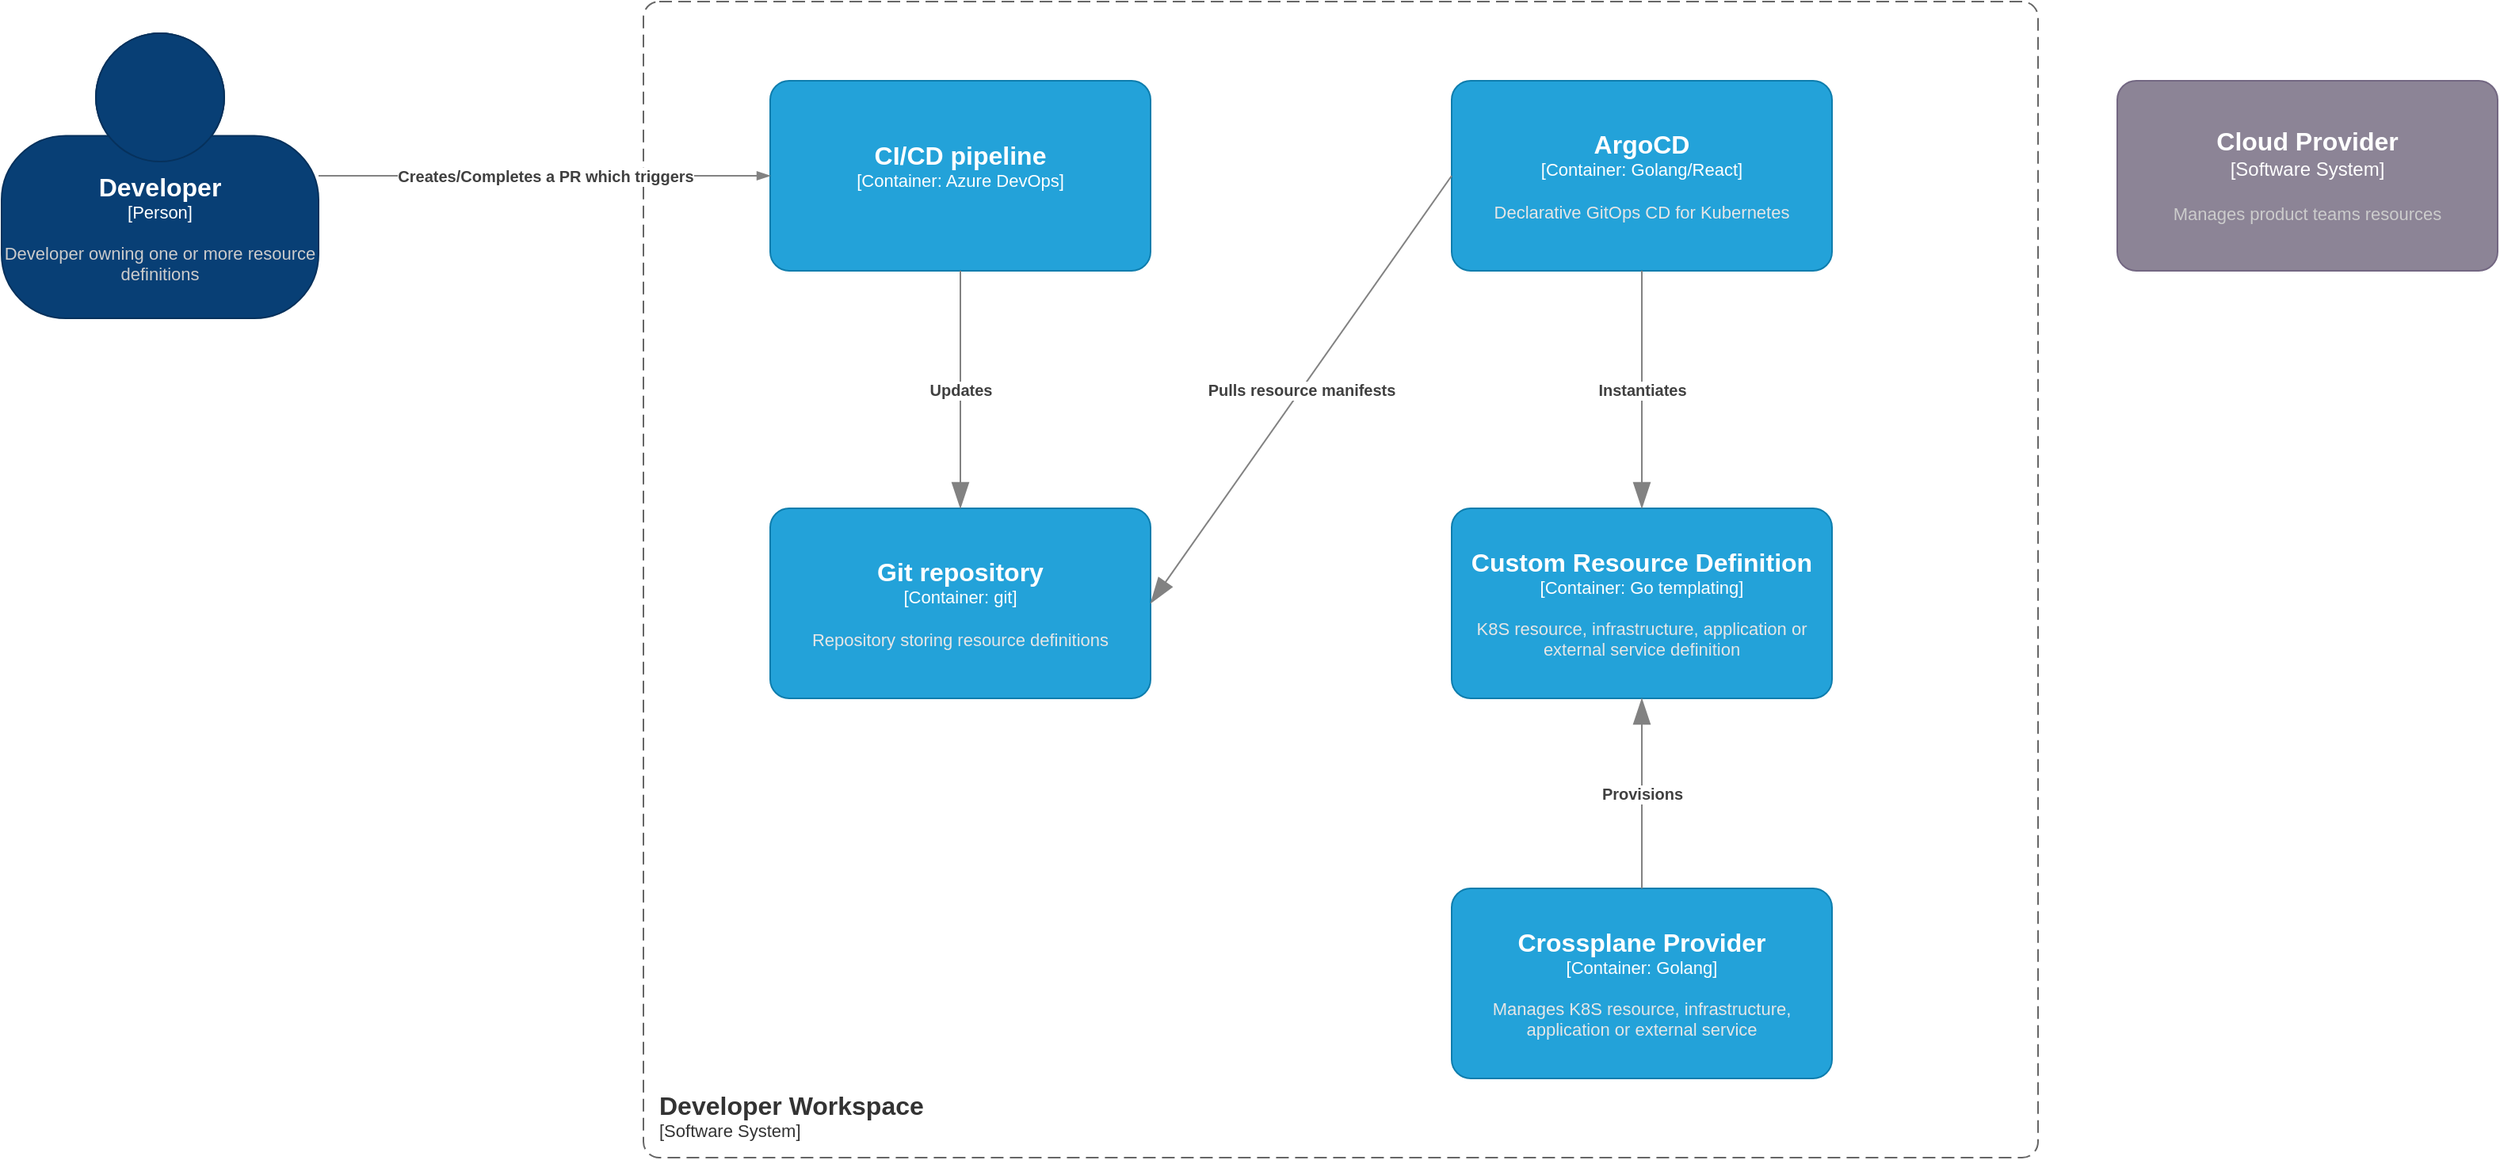
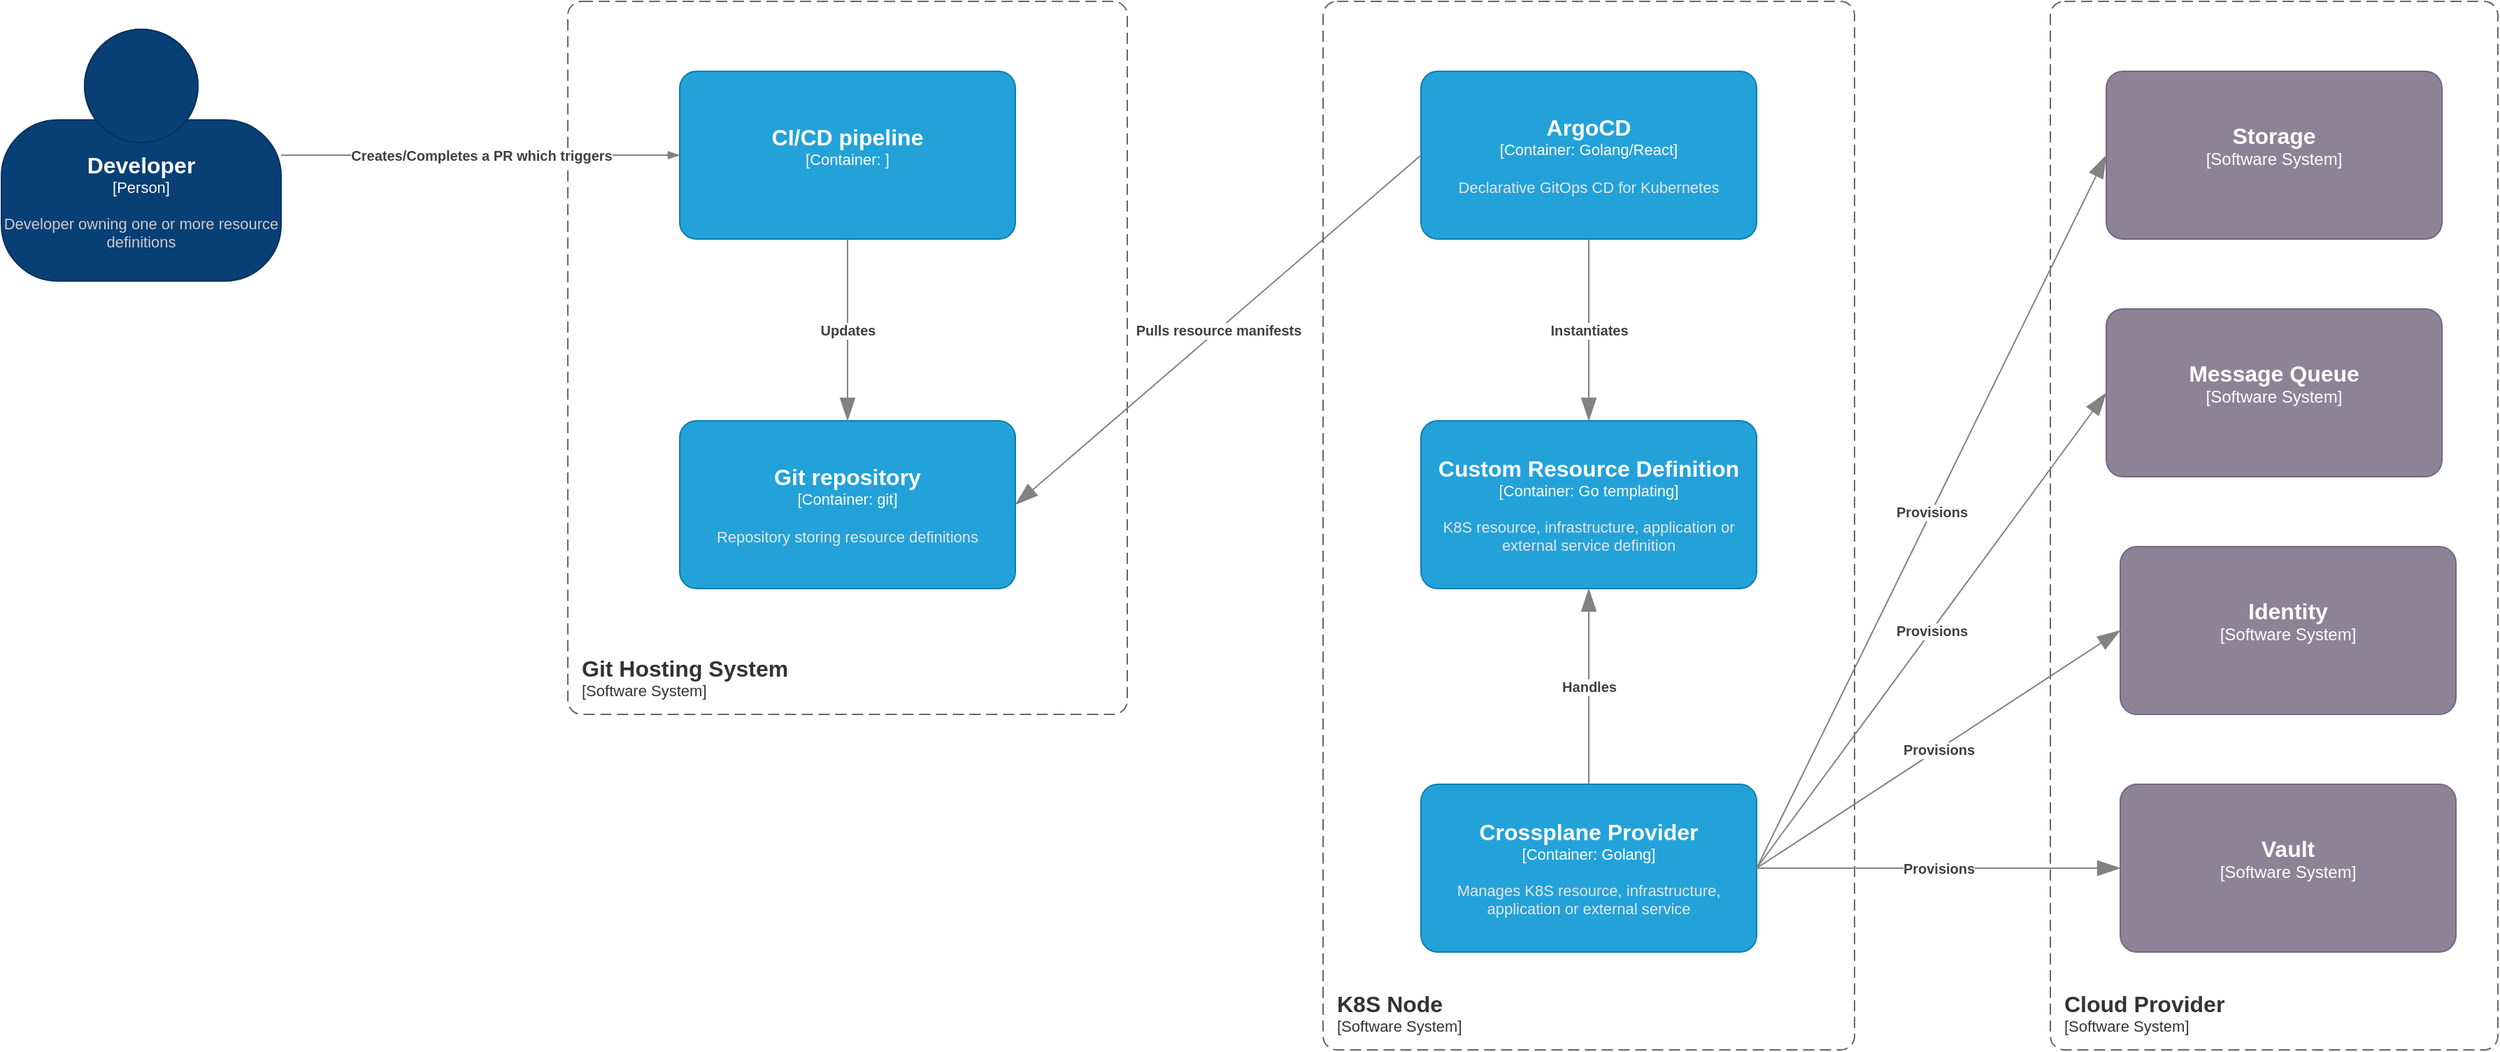
<mxfile host="app.diagrams.net" agent="Mozilla/5.0 (Windows NT 10.0; Win64; x64) AppleWebKit/537.36 (KHTML, like Gecko) Chrome/146.0.0.0 Safari/537.36 Edg/146.0.0.0" version="29.6.4">
  <diagram name="Page-1" id="w9qfS11vabEIg7SHbwGr">
    <mxGraphModel dx="1549" dy="1311" grid="1" gridSize="10" guides="1" tooltips="1" connect="1" arrows="1" fold="1" page="1" pageScale="1" pageWidth="850" pageHeight="1100" math="0" shadow="0">
      <root>
        <mxCell id="0" />
        <mxCell id="1" parent="0" />
        <object placeholders="1" c4Name="Git repository" c4Type="Container" c4Technology="git" c4Description="Repository storing resource definitions" label="&lt;font style=&quot;font-size: 16px&quot;&gt;&lt;b&gt;%c4Name%&lt;/b&gt;&lt;/font&gt;&lt;div&gt;[%c4Type%: %c4Technology%]&lt;/div&gt;&lt;br&gt;&lt;div&gt;&lt;font style=&quot;font-size: 11px&quot;&gt;&lt;font color=&quot;#E6E6E6&quot;&gt;%c4Description%&lt;/font&gt;&lt;/div&gt;" id="oWwDhSrQEdfVO0ITKPk5-18">
          <mxCell parent="1" style="rounded=1;whiteSpace=wrap;html=1;fontSize=11;labelBackgroundColor=none;fillColor=#23A2D9;fontColor=#ffffff;align=center;arcSize=10;strokeColor=#0E7DAD;metaEdit=1;resizable=0;points=[[0.25,0,0],[0.5,0,0],[0.75,0,0],[1,0.25,0],[1,0.5,0],[1,0.75,0],[0.75,1,0],[0.5,1,0],[0.25,1,0],[0,0.75,0],[0,0.5,0],[0,0.25,0]];" vertex="1">
-             <mxGeometry height="120" width="240" x="810" y="1040" as="geometry" />
+             <mxGeometry height="120" width="240" x="810" y="1020" as="geometry" />
          </mxCell>
        </object>
        <object placeholders="1" c4Name="Developer" c4Type="Person" c4Description="Developer owning one or more resource definitions" label="&lt;font style=&quot;font-size: 16px&quot;&gt;&lt;b&gt;%c4Name%&lt;/b&gt;&lt;/font&gt;&lt;div&gt;[%c4Type%]&lt;/div&gt;&lt;br&gt;&lt;div&gt;&lt;font style=&quot;font-size: 11px&quot;&gt;&lt;font color=&quot;#cccccc&quot;&gt;%c4Description%&lt;/font&gt;&lt;/div&gt;" id="oWwDhSrQEdfVO0ITKPk5-19">
          <mxCell parent="1" style="html=1;fontSize=11;dashed=0;whiteSpace=wrap;fillColor=#083F75;strokeColor=#06315C;fontColor=#ffffff;shape=mxgraph.c4.person2;align=center;metaEdit=1;points=[[0.5,0,0],[1,0.5,0],[1,0.75,0],[0.75,1,0],[0.5,1,0],[0.25,1,0],[0,0.75,0],[0,0.5,0]];resizable=0;" vertex="1">
            <mxGeometry height="180" width="200" x="325" y="740" as="geometry" />
          </mxCell>
        </object>
-         <object placeholders="1" c4Name="Developer Workspace" c4Type="SystemScopeBoundary" c4Application="Software System" label="&lt;font style=&quot;font-size: 16px&quot;&gt;&lt;b&gt;&lt;div style=&quot;text-align: left&quot;&gt;%c4Name%&lt;/div&gt;&lt;/b&gt;&lt;/font&gt;&lt;div style=&quot;text-align: left&quot;&gt;[%c4Application%]&lt;/div&gt;" id="oWwDhSrQEdfVO0ITKPk5-21">
+         <object placeholders="1" c4Name="Git Hosting System" c4Type="SystemScopeBoundary" c4Application="Software System" label="&lt;font style=&quot;font-size: 16px&quot;&gt;&lt;b&gt;&lt;div style=&quot;text-align: left&quot;&gt;%c4Name%&lt;/div&gt;&lt;/b&gt;&lt;/font&gt;&lt;div style=&quot;text-align: left&quot;&gt;[%c4Application%]&lt;/div&gt;" id="oWwDhSrQEdfVO0ITKPk5-21">
          <mxCell parent="1" style="rounded=1;fontSize=11;whiteSpace=wrap;html=1;dashed=1;arcSize=20;fillColor=none;strokeColor=#666666;fontColor=#333333;labelBackgroundColor=none;align=left;verticalAlign=bottom;labelBorderColor=none;spacingTop=0;spacing=10;dashPattern=8 4;metaEdit=1;rotatable=0;perimeter=rectanglePerimeter;noLabel=0;labelPadding=0;allowArrows=0;connectable=0;expand=0;recursiveResize=0;editable=1;pointerEvents=0;absoluteArcSize=1;points=[[0.25,0,0],[0.5,0,0],[0.75,0,0],[1,0.25,0],[1,0.5,0],[1,0.75,0],[0.75,1,0],[0.5,1,0],[0.25,1,0],[0,0.75,0],[0,0.5,0],[0,0.25,0]];" vertex="1">
-             <mxGeometry height="730" width="880" x="730" y="720" as="geometry" />
+             <mxGeometry height="510" width="400" x="730" y="720" as="geometry" />
          </mxCell>
        </object>
        <object placeholders="1" c4Name="ArgoCD" c4Type="Container" c4Technology="Golang/React" c4Description="Declarative GitOps CD for Kubernetes" label="&lt;font style=&quot;font-size: 16px&quot;&gt;&lt;b&gt;%c4Name%&lt;/b&gt;&lt;/font&gt;&lt;div&gt;[%c4Type%: %c4Technology%]&lt;/div&gt;&lt;br&gt;&lt;div&gt;&lt;font style=&quot;font-size: 11px&quot;&gt;&lt;font color=&quot;#E6E6E6&quot;&gt;%c4Description%&lt;/font&gt;&lt;/div&gt;" id="oWwDhSrQEdfVO0ITKPk5-23">
          <mxCell parent="1" style="rounded=1;whiteSpace=wrap;html=1;fontSize=11;labelBackgroundColor=none;fillColor=#23A2D9;fontColor=#ffffff;align=center;arcSize=10;strokeColor=#0E7DAD;metaEdit=1;resizable=0;points=[[0.25,0,0],[0.5,0,0],[0.75,0,0],[1,0.25,0],[1,0.5,0],[1,0.75,0],[0.75,1,0],[0.5,1,0],[0.25,1,0],[0,0.75,0],[0,0.5,0],[0,0.25,0]];" vertex="1">
-             <mxGeometry height="120" width="240" x="1240" y="770" as="geometry" />
+             <mxGeometry height="120" width="240" x="1340" y="770" as="geometry" />
          </mxCell>
        </object>
-         <object placeholders="1" c4Name="CI/CD pipeline" c4Type="Container" c4Technology="Azure DevOps" c4Description="" label="&lt;font style=&quot;font-size: 16px&quot;&gt;&lt;b&gt;%c4Name%&lt;/b&gt;&lt;/font&gt;&lt;div&gt;[%c4Type%: %c4Technology%]&lt;/div&gt;&lt;br&gt;&lt;div&gt;&lt;font style=&quot;font-size: 11px&quot;&gt;&lt;font color=&quot;#E6E6E6&quot;&gt;%c4Description%&lt;/font&gt;&lt;/div&gt;" id="oWwDhSrQEdfVO0ITKPk5-25">
+         <object placeholders="1" c4Name="CI/CD pipeline" c4Type="Container" c4Technology="" c4Description="" label="&lt;font style=&quot;font-size: 16px&quot;&gt;&lt;b&gt;%c4Name%&lt;/b&gt;&lt;/font&gt;&lt;div&gt;[%c4Type%: %c4Technology%]&lt;/div&gt;&lt;br&gt;&lt;div&gt;&lt;font style=&quot;font-size: 11px&quot;&gt;&lt;font color=&quot;#E6E6E6&quot;&gt;%c4Description%&lt;/font&gt;&lt;/div&gt;" id="oWwDhSrQEdfVO0ITKPk5-25">
          <mxCell parent="1" style="rounded=1;whiteSpace=wrap;html=1;fontSize=11;labelBackgroundColor=none;fillColor=#23A2D9;fontColor=#ffffff;align=center;arcSize=10;strokeColor=#0E7DAD;metaEdit=1;resizable=0;points=[[0.25,0,0],[0.5,0,0],[0.75,0,0],[1,0.25,0],[1,0.5,0],[1,0.75,0],[0.75,1,0],[0.5,1,0],[0.25,1,0],[0,0.75,0],[0,0.5,0],[0,0.25,0]];" vertex="1">
            <mxGeometry height="120" width="240" x="810" y="770" as="geometry" />
          </mxCell>
        </object>
-         <object placeholders="1" c4Name="Cloud Provider" c4Type="Software System" c4Description="Manages product teams resources" label="&lt;font style=&quot;font-size: 16px&quot;&gt;&lt;b&gt;%c4Name%&lt;/b&gt;&lt;/font&gt;&lt;div&gt;[%c4Type%]&lt;/div&gt;&lt;br&gt;&lt;div&gt;&lt;font style=&quot;font-size: 11px&quot;&gt;&lt;font color=&quot;#cccccc&quot;&gt;%c4Description%&lt;/font&gt;&lt;/div&gt;" id="oWwDhSrQEdfVO0ITKPk5-27">
+         <object placeholders="1" c4Name="Storage" c4Type="Software System" c4Description="" label="&lt;font style=&quot;font-size: 16px&quot;&gt;&lt;b&gt;%c4Name%&lt;/b&gt;&lt;/font&gt;&lt;div&gt;[%c4Type%]&lt;/div&gt;&lt;br&gt;&lt;div&gt;&lt;font style=&quot;font-size: 11px&quot;&gt;&lt;font color=&quot;#cccccc&quot;&gt;%c4Description%&lt;/font&gt;&lt;/div&gt;" id="oWwDhSrQEdfVO0ITKPk5-27">
          <mxCell parent="1" style="rounded=1;whiteSpace=wrap;html=1;labelBackgroundColor=none;fillColor=#8C8496;fontColor=#ffffff;align=center;arcSize=10;strokeColor=#736782;metaEdit=1;resizable=0;points=[[0.25,0,0],[0.5,0,0],[0.75,0,0],[1,0.25,0],[1,0.5,0],[1,0.75,0],[0.75,1,0],[0.5,1,0],[0.25,1,0],[0,0.75,0],[0,0.5,0],[0,0.25,0]];" vertex="1">
-             <mxGeometry height="120" width="240" x="1660" y="770" as="geometry" />
+             <mxGeometry height="120" width="240" x="1830" y="770" as="geometry" />
          </mxCell>
        </object>
        <object placeholders="1" c4Type="Relationship" c4Description="Creates/Completes a PR which triggers" label="&lt;div style=&quot;text-align: left&quot;&gt;&lt;div style=&quot;text-align: center&quot;&gt;&lt;b&gt;%c4Description%&lt;/b&gt;&lt;/div&gt;" id="oWwDhSrQEdfVO0ITKPk5-29">
          <mxCell edge="1" parent="1" source="oWwDhSrQEdfVO0ITKPk5-19" style="endArrow=blockThin;html=1;fontSize=10;fontColor=#404040;strokeWidth=1;endFill=1;strokeColor=#828282;elbow=vertical;metaEdit=1;jumpStyle=arc;jumpSize=16;rounded=0;entryX=0;entryY=0.5;entryDx=0;entryDy=0;entryPerimeter=0;exitX=1;exitY=0.5;exitDx=0;exitDy=0;exitPerimeter=0;" target="oWwDhSrQEdfVO0ITKPk5-25">
            <mxGeometry relative="1" width="240" as="geometry">
              <mxPoint x="580" y="830" as="sourcePoint" />
              <mxPoint x="1341" y="806" as="targetPoint" />
            </mxGeometry>
          </mxCell>
        </object>
        <object placeholders="1" c4Name="Custom Resource Definition" c4Type="Container" c4Technology="Go templating" c4Description="K8S resource, infrastructure, application or external service definition" label="&lt;font style=&quot;font-size: 16px&quot;&gt;&lt;b&gt;%c4Name%&lt;/b&gt;&lt;/font&gt;&lt;div&gt;[%c4Type%: %c4Technology%]&lt;/div&gt;&lt;br&gt;&lt;div&gt;&lt;font style=&quot;font-size: 11px&quot;&gt;&lt;font color=&quot;#E6E6E6&quot;&gt;%c4Description%&lt;/font&gt;&lt;/div&gt;" id="oWwDhSrQEdfVO0ITKPk5-34">
          <mxCell parent="1" style="rounded=1;whiteSpace=wrap;html=1;fontSize=11;labelBackgroundColor=none;fillColor=#23A2D9;fontColor=#ffffff;align=center;arcSize=10;strokeColor=#0E7DAD;metaEdit=1;resizable=0;points=[[0.25,0,0],[0.5,0,0],[0.75,0,0],[1,0.25,0],[1,0.5,0],[1,0.75,0],[0.75,1,0],[0.5,1,0],[0.25,1,0],[0,0.75,0],[0,0.5,0],[0,0.25,0]];" vertex="1">
-             <mxGeometry height="120" width="240" x="1240" y="1040" as="geometry" />
+             <mxGeometry height="120" width="240" x="1340" y="1020" as="geometry" />
          </mxCell>
        </object>
        <object placeholders="1" c4Type="Relationship" c4Description="Instantiates" label="&lt;div style=&quot;text-align: left&quot;&gt;&lt;div style=&quot;text-align: center&quot;&gt;&lt;b&gt;%c4Description%&lt;/b&gt;&lt;/div&gt;" id="oWwDhSrQEdfVO0ITKPk5-36">
          <mxCell edge="1" parent="1" source="oWwDhSrQEdfVO0ITKPk5-23" style="endArrow=blockThin;html=1;fontSize=10;fontColor=#404040;strokeWidth=1;endFill=1;strokeColor=#828282;elbow=vertical;metaEdit=1;endSize=14;startSize=14;jumpStyle=arc;jumpSize=16;rounded=0;edgeStyle=orthogonalEdgeStyle;exitX=0.5;exitY=1;exitDx=0;exitDy=0;exitPerimeter=0;entryX=0.5;entryY=0;entryDx=0;entryDy=0;entryPerimeter=0;" target="oWwDhSrQEdfVO0ITKPk5-34">
            <mxGeometry relative="1" width="240" as="geometry">
              <mxPoint x="1370" y="1240" as="sourcePoint" />
              <mxPoint x="1610" y="1240" as="targetPoint" />
            </mxGeometry>
          </mxCell>
        </object>
        <object placeholders="1" c4Name="Crossplane Provider" c4Type="Container" c4Technology="Golang" c4Description="Manages K8S resource, infrastructure, application or external service" label="&lt;font style=&quot;font-size: 16px&quot;&gt;&lt;b&gt;%c4Name%&lt;/b&gt;&lt;/font&gt;&lt;div&gt;[%c4Type%: %c4Technology%]&lt;/div&gt;&lt;br&gt;&lt;div&gt;&lt;font style=&quot;font-size: 11px&quot;&gt;&lt;font color=&quot;#E6E6E6&quot;&gt;%c4Description%&lt;/font&gt;&lt;/div&gt;" id="oWwDhSrQEdfVO0ITKPk5-37">
          <mxCell parent="1" style="rounded=1;whiteSpace=wrap;html=1;fontSize=11;labelBackgroundColor=none;fillColor=#23A2D9;fontColor=#ffffff;align=center;arcSize=10;strokeColor=#0E7DAD;metaEdit=1;resizable=0;points=[[0.25,0,0],[0.5,0,0],[0.75,0,0],[1,0.25,0],[1,0.5,0],[1,0.75,0],[0.75,1,0],[0.5,1,0],[0.25,1,0],[0,0.75,0],[0,0.5,0],[0,0.25,0]];" vertex="1">
-             <mxGeometry height="120" width="240" x="1240" y="1280" as="geometry" />
+             <mxGeometry height="120" width="240" x="1340" y="1280" as="geometry" />
          </mxCell>
        </object>
-         <object placeholders="1" c4Type="Relationship" c4Description="Provisions" label="&lt;div style=&quot;text-align: left&quot;&gt;&lt;div style=&quot;text-align: center&quot;&gt;&lt;b&gt;%c4Description%&lt;/b&gt;&lt;/div&gt;" id="oWwDhSrQEdfVO0ITKPk5-38">
+         <object placeholders="1" c4Type="Relationship" c4Description="Handles" label="&lt;div style=&quot;text-align: left&quot;&gt;&lt;div style=&quot;text-align: center&quot;&gt;&lt;b&gt;%c4Description%&lt;/b&gt;&lt;/div&gt;" id="oWwDhSrQEdfVO0ITKPk5-38">
          <mxCell edge="1" parent="1" source="oWwDhSrQEdfVO0ITKPk5-37" style="endArrow=blockThin;html=1;fontSize=10;fontColor=#404040;strokeWidth=1;endFill=1;strokeColor=#828282;elbow=vertical;metaEdit=1;endSize=14;startSize=14;jumpStyle=arc;jumpSize=16;rounded=0;edgeStyle=orthogonalEdgeStyle;exitX=0.5;exitY=0;exitDx=0;exitDy=0;exitPerimeter=0;entryX=0.5;entryY=1;entryDx=0;entryDy=0;entryPerimeter=0;" target="oWwDhSrQEdfVO0ITKPk5-34">
            <mxGeometry relative="1" width="240" as="geometry">
              <mxPoint x="1460" y="1130" as="sourcePoint" />
              <mxPoint x="1500" y="1230" as="targetPoint" />
            </mxGeometry>
          </mxCell>
        </object>
        <object placeholders="1" c4Type="Relationship" c4Description="Updates" label="&lt;div style=&quot;text-align: left&quot;&gt;&lt;div style=&quot;text-align: center&quot;&gt;&lt;b&gt;%c4Description%&lt;/b&gt;&lt;/div&gt;" id="oWwDhSrQEdfVO0ITKPk5-43">
          <mxCell edge="1" parent="1" source="oWwDhSrQEdfVO0ITKPk5-25" style="endArrow=blockThin;html=1;fontSize=10;fontColor=#404040;strokeWidth=1;endFill=1;strokeColor=#828282;elbow=vertical;metaEdit=1;endSize=14;startSize=14;jumpStyle=arc;jumpSize=16;rounded=0;edgeStyle=orthogonalEdgeStyle;exitX=0.5;exitY=1;exitDx=0;exitDy=0;exitPerimeter=0;" target="oWwDhSrQEdfVO0ITKPk5-18">
            <mxGeometry relative="1" width="240" as="geometry">
              <mxPoint x="1440" y="990" as="sourcePoint" />
              <mxPoint x="1440" y="1140" as="targetPoint" />
            </mxGeometry>
          </mxCell>
        </object>
        <object placeholders="1" c4Type="Relationship" c4Description="Pulls resource manifests" label="&lt;div style=&quot;text-align: left&quot;&gt;&lt;div style=&quot;text-align: center&quot;&gt;&lt;b&gt;%c4Description%&lt;/b&gt;&lt;/div&gt;" id="oWwDhSrQEdfVO0ITKPk5-44">
          <mxCell edge="1" parent="1" source="oWwDhSrQEdfVO0ITKPk5-23" style="endArrow=blockThin;html=1;fontSize=10;fontColor=#404040;strokeWidth=1;endFill=1;strokeColor=#828282;elbow=vertical;metaEdit=1;endSize=14;startSize=14;jumpStyle=arc;jumpSize=16;rounded=0;exitX=0;exitY=0.5;exitDx=0;exitDy=0;exitPerimeter=0;entryX=1;entryY=0.5;entryDx=0;entryDy=0;entryPerimeter=0;" target="oWwDhSrQEdfVO0ITKPk5-18">
            <mxGeometry relative="1" width="240" as="geometry">
              <mxPoint x="1350" y="1000" as="sourcePoint" />
              <mxPoint x="1350" y="1150" as="targetPoint" />
            </mxGeometry>
          </mxCell>
        </object>
+         <object placeholders="1" c4Name="K8S Node" c4Type="SystemScopeBoundary" c4Application="Software System" label="&lt;font style=&quot;font-size: 16px&quot;&gt;&lt;b&gt;&lt;div style=&quot;text-align: left&quot;&gt;%c4Name%&lt;/div&gt;&lt;/b&gt;&lt;/font&gt;&lt;div style=&quot;text-align: left&quot;&gt;[%c4Application%]&lt;/div&gt;" id="oWwDhSrQEdfVO0ITKPk5-45">
+           <mxCell parent="1" style="rounded=1;fontSize=11;whiteSpace=wrap;html=1;dashed=1;arcSize=20;fillColor=none;strokeColor=#666666;fontColor=#333333;labelBackgroundColor=none;align=left;verticalAlign=bottom;labelBorderColor=none;spacingTop=0;spacing=10;dashPattern=8 4;metaEdit=1;rotatable=0;perimeter=rectanglePerimeter;noLabel=0;labelPadding=0;allowArrows=0;connectable=0;expand=0;recursiveResize=0;editable=1;pointerEvents=0;absoluteArcSize=1;points=[[0.25,0,0],[0.5,0,0],[0.75,0,0],[1,0.25,0],[1,0.5,0],[1,0.75,0],[0.75,1,0],[0.5,1,0],[0.25,1,0],[0,0.75,0],[0,0.5,0],[0,0.25,0]];" vertex="1">
+             <mxGeometry height="750" width="380" x="1270" y="720" as="geometry" />
+           </mxCell>
+         </object>
+         <object placeholders="1" c4Name="Cloud Provider" c4Type="SystemScopeBoundary" c4Application="Software System" label="&lt;font style=&quot;font-size: 16px&quot;&gt;&lt;b&gt;&lt;div style=&quot;text-align: left&quot;&gt;%c4Name%&lt;/div&gt;&lt;/b&gt;&lt;/font&gt;&lt;div style=&quot;text-align: left&quot;&gt;[%c4Application%]&lt;/div&gt;" id="oWwDhSrQEdfVO0ITKPk5-46">
+           <mxCell parent="1" style="rounded=1;fontSize=11;whiteSpace=wrap;html=1;dashed=1;arcSize=20;fillColor=none;strokeColor=#666666;fontColor=#333333;labelBackgroundColor=none;align=left;verticalAlign=bottom;labelBorderColor=none;spacingTop=0;spacing=10;dashPattern=8 4;metaEdit=1;rotatable=0;perimeter=rectanglePerimeter;noLabel=0;labelPadding=0;allowArrows=0;connectable=0;expand=0;recursiveResize=0;editable=1;pointerEvents=0;absoluteArcSize=1;points=[[0.25,0,0],[0.5,0,0],[0.75,0,0],[1,0.25,0],[1,0.5,0],[1,0.75,0],[0.75,1,0],[0.5,1,0],[0.25,1,0],[0,0.75,0],[0,0.5,0],[0,0.25,0]];" vertex="1">
+             <mxGeometry height="750" width="320" x="1790" y="720" as="geometry" />
+           </mxCell>
+         </object>
+         <object placeholders="1" c4Name="Message Queue" c4Type="Software System" c4Description="" label="&lt;font style=&quot;font-size: 16px&quot;&gt;&lt;b&gt;%c4Name%&lt;/b&gt;&lt;/font&gt;&lt;div&gt;[%c4Type%]&lt;/div&gt;&lt;br&gt;&lt;div&gt;&lt;font style=&quot;font-size: 11px&quot;&gt;&lt;font color=&quot;#cccccc&quot;&gt;%c4Description%&lt;/font&gt;&lt;/div&gt;" id="oWwDhSrQEdfVO0ITKPk5-47">
+           <mxCell parent="1" style="rounded=1;whiteSpace=wrap;html=1;labelBackgroundColor=none;fillColor=#8C8496;fontColor=#ffffff;align=center;arcSize=10;strokeColor=#736782;metaEdit=1;resizable=0;points=[[0.25,0,0],[0.5,0,0],[0.75,0,0],[1,0.25,0],[1,0.5,0],[1,0.75,0],[0.75,1,0],[0.5,1,0],[0.25,1,0],[0,0.75,0],[0,0.5,0],[0,0.25,0]];" vertex="1">
+             <mxGeometry height="120" width="240" x="1830" y="940" as="geometry" />
+           </mxCell>
+         </object>
+         <object placeholders="1" c4Name="Identity" c4Type="Software System" c4Description="" label="&lt;font style=&quot;font-size: 16px&quot;&gt;&lt;b&gt;%c4Name%&lt;/b&gt;&lt;/font&gt;&lt;div&gt;[%c4Type%]&lt;/div&gt;&lt;br&gt;&lt;div&gt;&lt;font style=&quot;font-size: 11px&quot;&gt;&lt;font color=&quot;#cccccc&quot;&gt;%c4Description%&lt;/font&gt;&lt;/div&gt;" id="oWwDhSrQEdfVO0ITKPk5-48">
+           <mxCell parent="1" style="rounded=1;whiteSpace=wrap;html=1;labelBackgroundColor=none;fillColor=#8C8496;fontColor=#ffffff;align=center;arcSize=10;strokeColor=#736782;metaEdit=1;resizable=0;points=[[0.25,0,0],[0.5,0,0],[0.75,0,0],[1,0.25,0],[1,0.5,0],[1,0.75,0],[0.75,1,0],[0.5,1,0],[0.25,1,0],[0,0.75,0],[0,0.5,0],[0,0.25,0]];" vertex="1">
+             <mxGeometry height="120" width="240" x="1840" y="1110" as="geometry" />
+           </mxCell>
+         </object>
+         <object placeholders="1" c4Name="Vault" c4Type="Software System" c4Description="" label="&lt;font style=&quot;font-size: 16px&quot;&gt;&lt;b&gt;%c4Name%&lt;/b&gt;&lt;/font&gt;&lt;div&gt;[%c4Type%]&lt;/div&gt;&lt;br&gt;&lt;div&gt;&lt;font style=&quot;font-size: 11px&quot;&gt;&lt;font color=&quot;#cccccc&quot;&gt;%c4Description%&lt;/font&gt;&lt;/div&gt;" id="oWwDhSrQEdfVO0ITKPk5-51">
+           <mxCell parent="1" style="rounded=1;whiteSpace=wrap;html=1;labelBackgroundColor=none;fillColor=#8C8496;fontColor=#ffffff;align=center;arcSize=10;strokeColor=#736782;metaEdit=1;resizable=0;points=[[0.25,0,0],[0.5,0,0],[0.75,0,0],[1,0.25,0],[1,0.5,0],[1,0.75,0],[0.75,1,0],[0.5,1,0],[0.25,1,0],[0,0.75,0],[0,0.5,0],[0,0.25,0]];" vertex="1">
+             <mxGeometry height="120" width="240" x="1840" y="1280" as="geometry" />
+           </mxCell>
+         </object>
+         <object placeholders="1" c4Type="Relationship" c4Description="Provisions" label="&lt;div style=&quot;text-align: left&quot;&gt;&lt;div style=&quot;text-align: center&quot;&gt;&lt;b&gt;%c4Description%&lt;/b&gt;&lt;/div&gt;" id="oWwDhSrQEdfVO0ITKPk5-52">
+           <mxCell edge="1" parent="1" source="oWwDhSrQEdfVO0ITKPk5-37" style="endArrow=blockThin;html=1;fontSize=10;fontColor=#404040;strokeWidth=1;endFill=1;strokeColor=#828282;elbow=vertical;metaEdit=1;endSize=14;startSize=14;jumpStyle=arc;jumpSize=16;rounded=0;exitX=1;exitY=0.5;exitDx=0;exitDy=0;exitPerimeter=0;entryX=0;entryY=0.5;entryDx=0;entryDy=0;entryPerimeter=0;" target="oWwDhSrQEdfVO0ITKPk5-27">
+             <mxGeometry relative="1" width="240" as="geometry">
+               <mxPoint x="1460" y="1320" as="sourcePoint" />
+               <mxPoint x="1460" y="1200" as="targetPoint" />
+             </mxGeometry>
+           </mxCell>
+         </object>
+         <object placeholders="1" c4Type="Relationship" c4Description="Provisions" label="&lt;div style=&quot;text-align: left&quot;&gt;&lt;div style=&quot;text-align: center&quot;&gt;&lt;b&gt;%c4Description%&lt;/b&gt;&lt;/div&gt;" id="oWwDhSrQEdfVO0ITKPk5-53">
+           <mxCell edge="1" parent="1" source="oWwDhSrQEdfVO0ITKPk5-37" style="endArrow=blockThin;html=1;fontSize=10;fontColor=#404040;strokeWidth=1;endFill=1;strokeColor=#828282;elbow=vertical;metaEdit=1;endSize=14;startSize=14;jumpStyle=arc;jumpSize=16;rounded=0;exitX=1;exitY=0.5;exitDx=0;exitDy=0;exitPerimeter=0;entryX=0;entryY=0.5;entryDx=0;entryDy=0;entryPerimeter=0;" target="oWwDhSrQEdfVO0ITKPk5-47">
+             <mxGeometry relative="1" width="240" as="geometry">
+               <mxPoint x="1610" y="1730" as="sourcePoint" />
+               <mxPoint x="1860" y="1250" as="targetPoint" />
+             </mxGeometry>
+           </mxCell>
+         </object>
+         <object placeholders="1" c4Type="Relationship" c4Description="Provisions" label="&lt;div style=&quot;text-align: left&quot;&gt;&lt;div style=&quot;text-align: center&quot;&gt;&lt;b&gt;%c4Description%&lt;/b&gt;&lt;/div&gt;" id="oWwDhSrQEdfVO0ITKPk5-54">
+           <mxCell edge="1" parent="1" source="oWwDhSrQEdfVO0ITKPk5-37" style="endArrow=blockThin;html=1;fontSize=10;fontColor=#404040;strokeWidth=1;endFill=1;strokeColor=#828282;elbow=vertical;metaEdit=1;endSize=14;startSize=14;jumpStyle=arc;jumpSize=16;rounded=0;exitX=1;exitY=0.5;exitDx=0;exitDy=0;exitPerimeter=0;entryX=0;entryY=0.5;entryDx=0;entryDy=0;entryPerimeter=0;" target="oWwDhSrQEdfVO0ITKPk5-48">
+             <mxGeometry relative="1" width="240" as="geometry">
+               <mxPoint x="1630" y="1670" as="sourcePoint" />
+               <mxPoint x="1880" y="1330" as="targetPoint" />
+             </mxGeometry>
+           </mxCell>
+         </object>
+         <object placeholders="1" c4Type="Relationship" c4Description="Provisions" label="&lt;div style=&quot;text-align: left&quot;&gt;&lt;div style=&quot;text-align: center&quot;&gt;&lt;b&gt;%c4Description%&lt;/b&gt;&lt;/div&gt;" id="oWwDhSrQEdfVO0ITKPk5-55">
+           <mxCell edge="1" parent="1" source="oWwDhSrQEdfVO0ITKPk5-37" style="endArrow=blockThin;html=1;fontSize=10;fontColor=#404040;strokeWidth=1;endFill=1;strokeColor=#828282;elbow=vertical;metaEdit=1;endSize=14;startSize=14;jumpStyle=arc;jumpSize=16;rounded=0;exitX=1;exitY=0.5;exitDx=0;exitDy=0;exitPerimeter=0;entryX=0;entryY=0.5;entryDx=0;entryDy=0;entryPerimeter=0;" target="oWwDhSrQEdfVO0ITKPk5-51">
+             <mxGeometry relative="1" width="240" as="geometry">
+               <mxPoint x="1640" y="1720" as="sourcePoint" />
+               <mxPoint x="1890" y="1380" as="targetPoint" />
+             </mxGeometry>
+           </mxCell>
+         </object>
      </root>
    </mxGraphModel>
  </diagram>
</mxfile>
